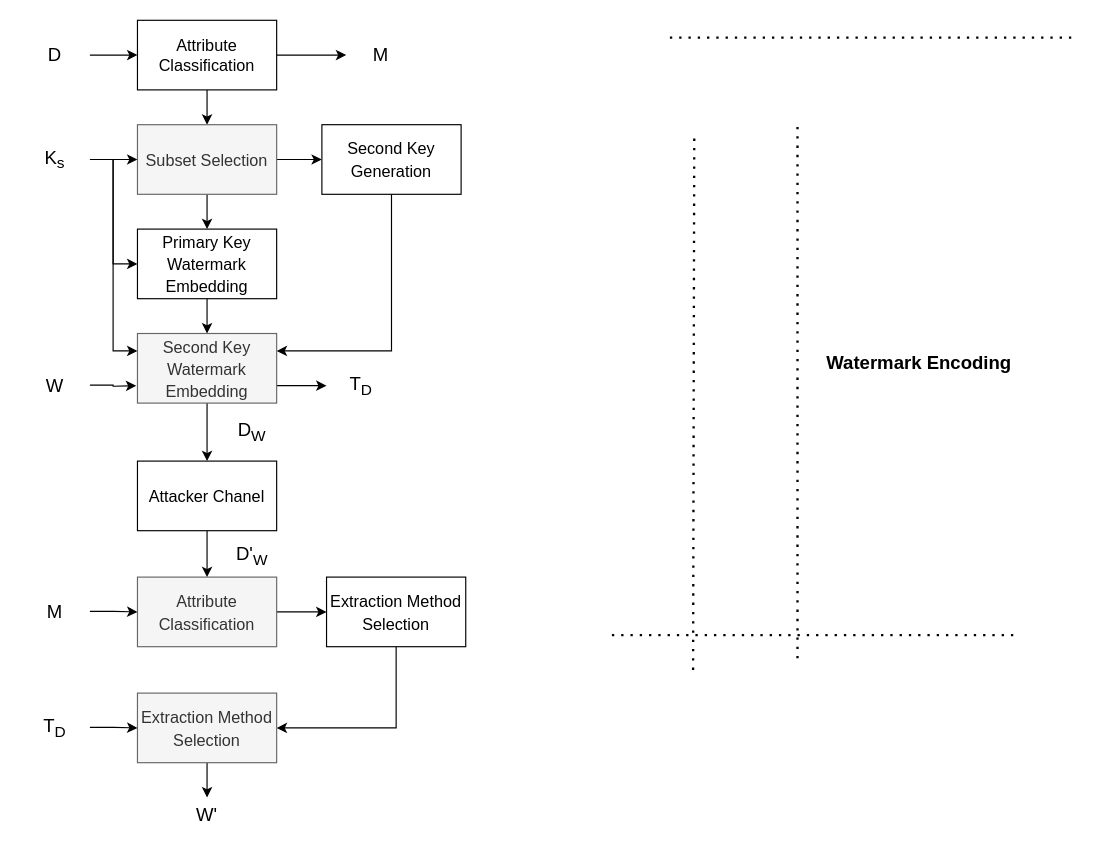
This is 未命名绘图.drawio from doubleheiker/Justwrite, a draw.io file, before an edit. Source tidied: cells renumbered, new cells numbered last; positions are measured from the earlier drawing's top-left corner, leaving out a move shared by most shapes. Both pictures are drawn from the tidied source at 116%, with x=0, y=0 at pixel (20, 20).
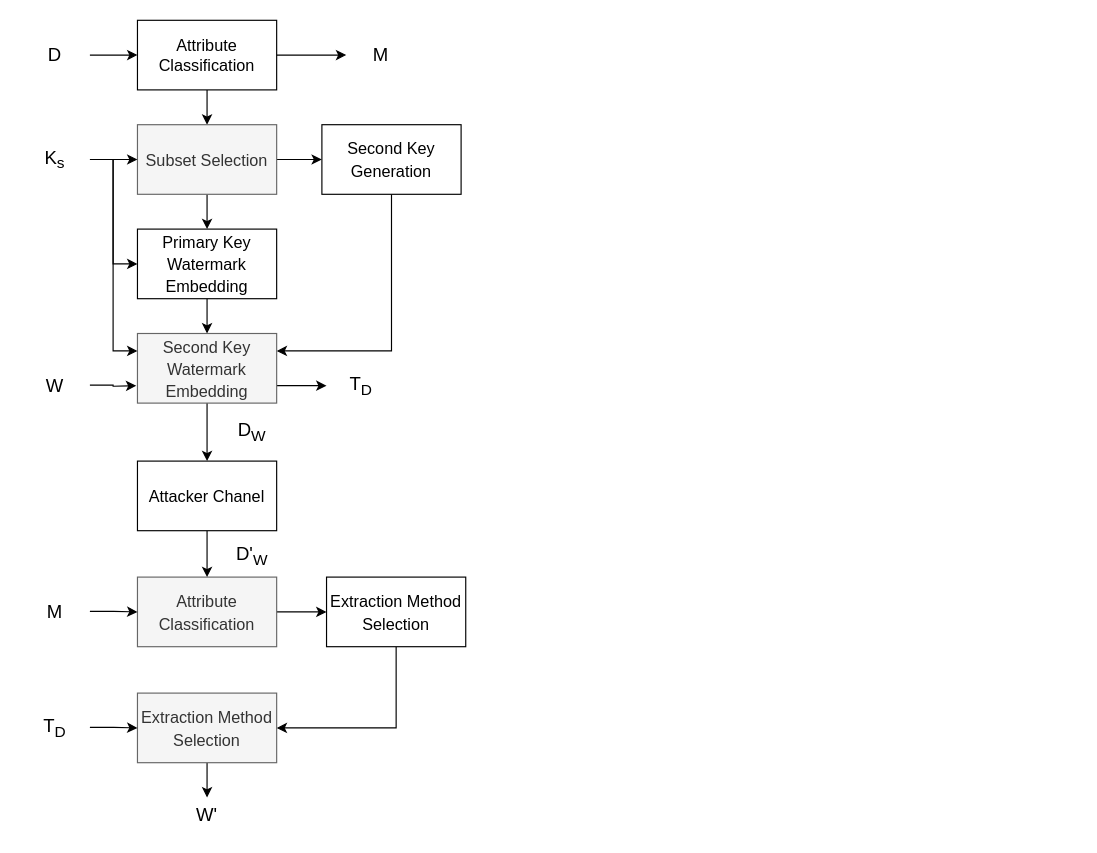
The same diagram, later.

Diff of the diagram source:
```diff
@@
-    <mxCell id="2" style="endArrow=none;dashed=1;html=1;dashPattern=1 3;strokeWidth=2;rounded=0;" parent="1" edge="1">
-      <mxGeometry relative="1" as="geometry">
-        <mxPoint x="560" y="15" as="sourcePoint" />
-        <mxPoint x="910" y="15" as="targetPoint" />
-      </mxGeometry>
-    </mxCell>
@@
-    <mxCell id="23" style="endArrow=none;dashed=1;html=1;dashPattern=1 3;strokeWidth=2;rounded=0;fontSize=16;" parent="1" edge="1">
-      <mxGeometry relative="1" as="geometry">
-        <mxPoint x="580" y="560" as="sourcePoint" />
-        <mxPoint x="581" y="100" as="targetPoint" />
-      </mxGeometry>
-    </mxCell>
-    <mxCell id="24" style="endArrow=none;dashed=1;html=1;dashPattern=1 3;strokeWidth=2;rounded=0;fontSize=16;" parent="1" edge="1">
-      <mxGeometry relative="1" as="geometry">
-        <mxPoint x="670" y="550" as="sourcePoint" />
-        <mxPoint x="670" y="90" as="targetPoint" />
-      </mxGeometry>
-    </mxCell>
-    <mxCell id="25" style="endArrow=none;dashed=1;html=1;dashPattern=1 3;strokeWidth=2;rounded=0;" parent="1" edge="1">
-      <mxGeometry relative="1" as="geometry">
-        <mxPoint x="510" y="530" as="sourcePoint" />
-        <mxPoint x="860" y="530" as="targetPoint" />
-      </mxGeometry>
-    </mxCell>
-    <mxCell id="26" value="&lt;b&gt;Watermark Encoding&lt;/b&gt;" style="text;html=1;strokeColor=none;fillColor=none;align=center;verticalAlign=middle;whiteSpace=wrap;rounded=0;fontSize=16;" parent="1" vertex="1">
-      <mxGeometry x="690" y="280" width="170" height="30" as="geometry" />
-    </mxCell>
```
